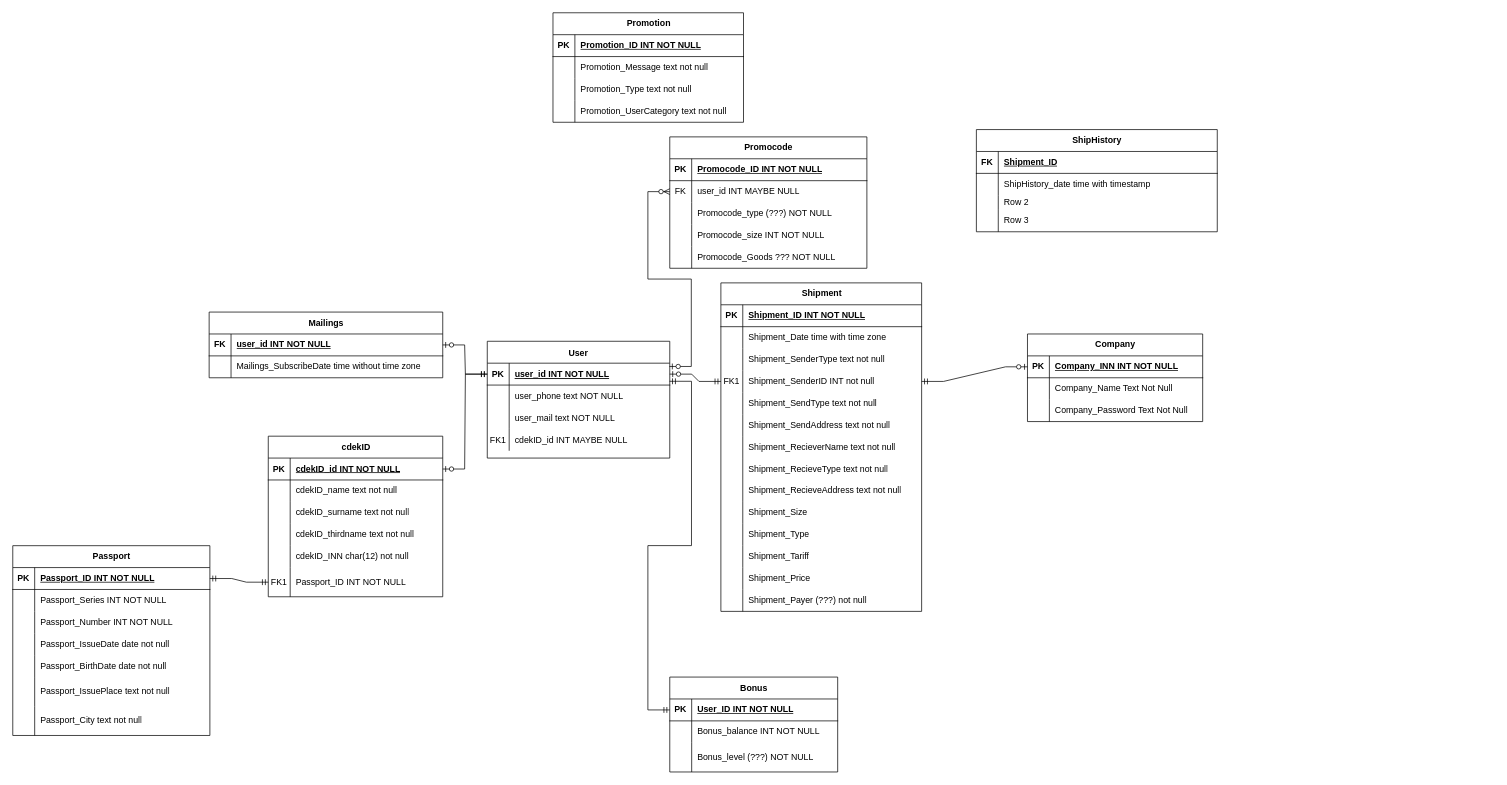
krbyhome/UMLdiagrams keeps this draw.io diagram as CDEK ER.drawio. Above is the earlier version. Source tidied: cells renumbered, new cells numbered last; positions are measured from the earlier drawing's top-left corner, leaving out a move shared by most shapes. Both pictures are drawn from the tidied source at 73%, with x=0, y=0 at pixel (12, 12).
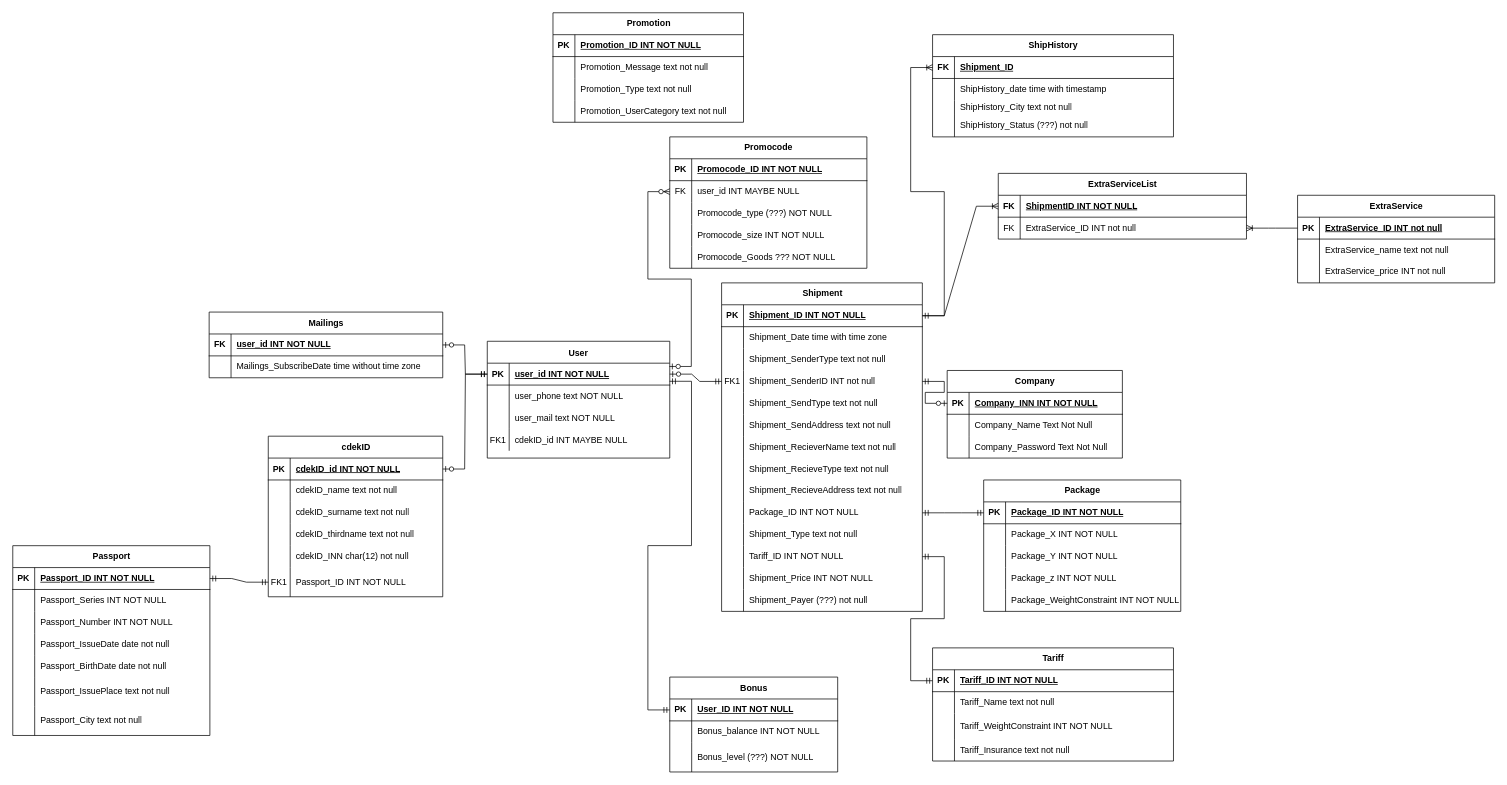
The same page after the edit.

The change refers to these unchanged cells:
```xml
<mxCell id="118" style="shape=tableRow;horizontal=0;startSize=0;swimlaneHead=0;swimlaneBody=0;fillColor=none;points=[[0,0.5],[1,0.5]];portConstraint=eastwest;top=0;left=0;right=0;bottom=1;" parent="117" vertex="1">
  <mxGeometry y="30" width="275" height="30" as="geometry" />
</mxCell>
<mxCell id="145" style="shape=tableRow;horizontal=0;startSize=0;swimlaneHead=0;swimlaneBody=0;fillColor=none;points=[[0,0.5],[1,0.5]];portConstraint=eastwest;top=0;left=0;right=0;bottom=0;" parent="117" vertex="1">
  <mxGeometry y="300" width="275" height="30" as="geometry" />
</mxCell>
<mxCell id="148" style="shape=tableRow;horizontal=0;startSize=0;swimlaneHead=0;swimlaneBody=0;fillColor=none;top=0;left=0;right=0;bottom=0;" parent="117" vertex="1">
  <mxGeometry y="330" width="275" height="30" as="geometry" />
</mxCell>
<mxCell id="151" style="shape=tableRow;horizontal=0;startSize=0;swimlaneHead=0;swimlaneBody=0;fillColor=none;points=[[0,0.5],[1,0.5]];portConstraint=eastwest;top=0;left=0;right=0;bottom=0;" parent="117" vertex="1">
  <mxGeometry y="360" width="275" height="30" as="geometry" />
</mxCell>
<mxCell id="154" style="shape=tableRow;horizontal=0;startSize=0;swimlaneHead=0;swimlaneBody=0;fillColor=none;top=0;left=0;right=0;bottom=0;" parent="117" vertex="1">
  <mxGeometry y="390" width="275" height="30" as="geometry" />
</mxCell>
<mxCell id="163" style="shape=tableRow;horizontal=0;startSize=0;swimlaneHead=0;swimlaneBody=0;fillColor=none;points=[[0,0.5],[1,0.5]];portConstraint=eastwest;top=0;left=0;right=0;bottom=1;" parent="162" vertex="1">
  <mxGeometry y="30" width="330" height="30" as="geometry" />
</mxCell>
<mxCell id="169" style="shape=tableRow;horizontal=0;startSize=0;swimlaneHead=0;swimlaneBody=0;fillColor=none;top=0;left=0;right=0;bottom=0;" parent="162" vertex="1">
  <mxGeometry y="90" width="330" height="20" as="geometry" />
</mxCell>
<mxCell id="172" style="shape=tableRow;horizontal=0;startSize=0;swimlaneHead=0;swimlaneBody=0;fillColor=none;top=0;left=0;right=0;bottom=0;" parent="162" vertex="1">
  <mxGeometry y="110" width="330" height="30" as="geometry" />
</mxCell>
```

The edit, as a diff of the source:
```diff
@@
     <mxCell id="57" value="Company" style="shape=table;startSize=30;childLayout=tableLayout;rowLines=0;fontStyle=1;align=center;html=1;" parent="1" vertex="1">
-      <mxGeometry x="1390" y="440" width="240" height="120" as="geometry" />
+      <mxGeometry x="1280" y="490" width="240" height="120" as="geometry" />
     </mxCell>
@@
     <mxCell id="117" value="Shipment" style="shape=table;startSize=30;childLayout=tableLayout;rowLines=0;fontStyle=1;align=center;html=1;" parent="1" vertex="1">
-      <mxGeometry x="970" y="370" width="275" height="450" as="geometry" />
+      <mxGeometry x="971" y="370" width="275" height="450" as="geometry" />
     </mxCell>
@@
-    <mxCell id="147" value="Shipment_Size" style="shape=partialRectangle;fillColor=none;top=0;left=0;bottom=0;right=0;align=left;spacingLeft=6;overflow=hidden;whiteSpace=wrap;html=1;" parent="145" vertex="1">
+    <mxCell id="147" value="Package_ID INT NOT NULL" style="shape=partialRectangle;fillColor=none;top=0;left=0;bottom=0;right=0;align=left;spacingLeft=6;overflow=hidden;whiteSpace=wrap;html=1;" parent="145" vertex="1">
       <mxGeometry x="30" width="245" height="30" as="geometry" />
     </mxCell>
@@
-    <mxCell id="150" value="Shipment_Type" style="shape=partialRectangle;fillColor=none;top=0;left=0;bottom=0;right=0;align=left;spacingLeft=6;overflow=hidden;whiteSpace=wrap;html=1;" parent="148" vertex="1">
+    <mxCell id="150" value="Shipment_Type text not null" style="shape=partialRectangle;fillColor=none;top=0;left=0;bottom=0;right=0;align=left;spacingLeft=6;overflow=hidden;whiteSpace=wrap;html=1;" parent="148" vertex="1">
       <mxGeometry x="30" width="245" height="30" as="geometry" />
     </mxCell>
@@
-    <mxCell id="153" value="Shipment_Tariff" style="shape=partialRectangle;fillColor=none;top=0;left=0;bottom=0;right=0;align=left;spacingLeft=6;overflow=hidden;whiteSpace=wrap;html=1;" parent="151" vertex="1">
+    <mxCell id="153" value="Tariff_ID INT NOT NULL" style="shape=partialRectangle;fillColor=none;top=0;left=0;bottom=0;right=0;align=left;spacingLeft=6;overflow=hidden;whiteSpace=wrap;html=1;" parent="151" vertex="1">
       <mxGeometry x="30" width="245" height="30" as="geometry" />
     </mxCell>
@@
-    <mxCell id="156" value="Shipment_Price&amp;nbsp;" style="shape=partialRectangle;fillColor=none;top=0;left=0;bottom=0;right=0;align=left;spacingLeft=6;overflow=hidden;whiteSpace=wrap;html=1;" parent="154" vertex="1">
+    <mxCell id="156" value="Shipment_Price INT NOT NULL" style="shape=partialRectangle;fillColor=none;top=0;left=0;bottom=0;right=0;align=left;spacingLeft=6;overflow=hidden;whiteSpace=wrap;html=1;" parent="154" vertex="1">
       <mxGeometry x="30" width="245" height="30" as="geometry" />
     </mxCell>
@@
     <mxCell id="162" value="ShipHistory" style="shape=table;startSize=30;childLayout=tableLayout;rowLines=0;fontStyle=1;align=center;html=1;" parent="1" vertex="1">
-      <mxGeometry x="1320" y="160" width="330" height="140" as="geometry" />
+      <mxGeometry x="1260" y="30" width="330" height="140" as="geometry" />
     </mxCell>
@@
-    <mxCell id="171" value="Row 2" style="shape=partialRectangle;fillColor=none;top=0;left=0;bottom=0;right=0;align=left;spacingLeft=6;overflow=hidden;whiteSpace=wrap;html=1;" parent="169" vertex="1">
+    <mxCell id="171" value="ShipHistory_City text not null" style="shape=partialRectangle;fillColor=none;top=0;left=0;bottom=0;right=0;align=left;spacingLeft=6;overflow=hidden;whiteSpace=wrap;html=1;" parent="169" vertex="1">
       <mxGeometry x="30" width="300" height="20" as="geometry" />
     </mxCell>
@@
-    <mxCell id="174" value="Row 3" style="shape=partialRectangle;fillColor=none;top=0;left=0;bottom=0;right=0;align=left;spacingLeft=6;overflow=hidden;whiteSpace=wrap;html=1;" parent="172" vertex="1">
+    <mxCell id="174" value="ShipHistory_Status (???) not null" style="shape=partialRectangle;fillColor=none;top=0;left=0;bottom=0;right=0;align=left;spacingLeft=6;overflow=hidden;whiteSpace=wrap;html=1;" parent="172" vertex="1">
       <mxGeometry x="30" width="300" height="30" as="geometry" />
     </mxCell>
+    <mxCell id="175" style="edgeStyle=entityRelationEdgeStyle;fontSize=12;html=1;endArrow=ERoneToMany;startArrow=ERmandOne;rounded=0;entryX=0;entryY=0.5;entryDx=0;entryDy=0;exitX=1;exitY=0.5;exitDx=0;exitDy=0;" parent="1" edge="1" source="118" target="163">
+      <mxGeometry relative="1" as="geometry" />
+    </mxCell>
+    <mxCell id="176" value="Package" style="shape=table;startSize=30;childLayout=tableLayout;rowLines=0;fontStyle=1;align=center;html=1;" parent="1" vertex="1">
+      <mxGeometry x="1330" y="640" width="270" height="180" as="geometry" />
+    </mxCell>
+    <mxCell id="177" style="shape=tableRow;horizontal=0;startSize=0;swimlaneHead=0;swimlaneBody=0;fillColor=none;points=[[0,0.5],[1,0.5]];portConstraint=eastwest;top=0;left=0;right=0;bottom=1;" parent="176" vertex="1">
+      <mxGeometry y="30" width="270" height="30" as="geometry" />
+    </mxCell>
+    <mxCell id="178" value="PK" style="shape=partialRectangle;fillColor=none;top=0;left=0;bottom=0;right=0;fontStyle=1;overflow=hidden;whiteSpace=wrap;html=1;" parent="177" vertex="1">
+      <mxGeometry width="30" height="30" as="geometry" />
+    </mxCell>
+    <mxCell id="179" value="Package_ID INT NOT NULL" style="shape=partialRectangle;fillColor=none;top=0;left=0;bottom=0;right=0;align=left;spacingLeft=6;fontStyle=5;overflow=hidden;whiteSpace=wrap;html=1;" parent="177" vertex="1">
+      <mxGeometry x="30" width="240" height="30" as="geometry" />
+    </mxCell>
+    <mxCell id="180" style="shape=tableRow;horizontal=0;startSize=0;swimlaneHead=0;swimlaneBody=0;fillColor=none;top=0;left=0;right=0;bottom=0;" parent="176" vertex="1">
+      <mxGeometry y="60" width="270" height="30" as="geometry" />
+    </mxCell>
+    <mxCell id="181" style="shape=partialRectangle;fillColor=none;top=0;left=0;bottom=0;right=0;overflow=hidden;whiteSpace=wrap;html=1;" parent="180" vertex="1">
+      <mxGeometry width="30" height="30" as="geometry" />
+    </mxCell>
+    <mxCell id="182" value="Package_X INT NOT NULL" style="shape=partialRectangle;fillColor=none;top=0;left=0;bottom=0;right=0;align=left;spacingLeft=6;overflow=hidden;whiteSpace=wrap;html=1;" parent="180" vertex="1">
+      <mxGeometry x="30" width="240" height="30" as="geometry" />
+    </mxCell>
+    <mxCell id="183" style="shape=tableRow;horizontal=0;startSize=0;swimlaneHead=0;swimlaneBody=0;fillColor=none;top=0;left=0;right=0;bottom=0;" parent="176" vertex="1">
+      <mxGeometry y="90" width="270" height="30" as="geometry" />
+    </mxCell>
+    <mxCell id="184" style="shape=partialRectangle;fillColor=none;top=0;left=0;bottom=0;right=0;overflow=hidden;whiteSpace=wrap;html=1;" parent="183" vertex="1">
+      <mxGeometry width="30" height="30" as="geometry" />
+    </mxCell>
+    <mxCell id="185" value="Package_Y INT NOT NULL" style="shape=partialRectangle;fillColor=none;top=0;left=0;bottom=0;right=0;align=left;spacingLeft=6;overflow=hidden;whiteSpace=wrap;html=1;" parent="183" vertex="1">
+      <mxGeometry x="30" width="240" height="30" as="geometry" />
+    </mxCell>
+    <mxCell id="186" style="shape=tableRow;horizontal=0;startSize=0;swimlaneHead=0;swimlaneBody=0;fillColor=none;top=0;left=0;right=0;bottom=0;" parent="176" vertex="1">
+      <mxGeometry y="120" width="270" height="30" as="geometry" />
+    </mxCell>
+    <mxCell id="187" style="shape=partialRectangle;fillColor=none;top=0;left=0;bottom=0;right=0;overflow=hidden;whiteSpace=wrap;html=1;" parent="186" vertex="1">
+      <mxGeometry width="30" height="30" as="geometry" />
+    </mxCell>
+    <mxCell id="188" value="Package_z INT NOT NULL" style="shape=partialRectangle;fillColor=none;top=0;left=0;bottom=0;right=0;align=left;spacingLeft=6;overflow=hidden;whiteSpace=wrap;html=1;" parent="186" vertex="1">
+      <mxGeometry x="30" width="240" height="30" as="geometry" />
+    </mxCell>
+    <mxCell id="189" style="shape=tableRow;horizontal=0;startSize=0;swimlaneHead=0;swimlaneBody=0;fillColor=none;top=0;left=0;right=0;bottom=0;" parent="176" vertex="1">
+      <mxGeometry y="150" width="270" height="30" as="geometry" />
+    </mxCell>
+    <mxCell id="190" style="shape=partialRectangle;fillColor=none;top=0;left=0;bottom=0;right=0;overflow=hidden;whiteSpace=wrap;html=1;" parent="189" vertex="1">
+      <mxGeometry width="30" height="30" as="geometry" />
+    </mxCell>
+    <mxCell id="191" value="Package_WeightConstraint INT NOT NULL" style="shape=partialRectangle;fillColor=none;top=0;left=0;bottom=0;right=0;align=left;spacingLeft=6;overflow=hidden;whiteSpace=wrap;html=1;" parent="189" vertex="1">
+      <mxGeometry x="30" width="240" height="30" as="geometry" />
+    </mxCell>
+    <mxCell id="192" style="edgeStyle=entityRelationEdgeStyle;fontSize=12;html=1;endArrow=ERmandOne;startArrow=ERmandOne;rounded=0;entryX=0;entryY=0.5;entryDx=0;entryDy=0;exitX=1;exitY=0.5;exitDx=0;exitDy=0;" parent="1" edge="1" source="145" target="177">
+      <mxGeometry relative="1" as="geometry" />
+    </mxCell>
+    <mxCell id="193" value="Tariff" style="shape=table;startSize=30;childLayout=tableLayout;rowLines=0;fontStyle=1;align=center;html=1;" parent="1" vertex="1">
+      <mxGeometry x="1260" y="870" width="330" height="155" as="geometry" />
+    </mxCell>
+    <mxCell id="194" style="shape=tableRow;horizontal=0;startSize=0;swimlaneHead=0;swimlaneBody=0;fillColor=none;points=[[0,0.5],[1,0.5]];portConstraint=eastwest;top=0;left=0;right=0;bottom=1;" parent="193" vertex="1">
+      <mxGeometry y="30" width="330" height="30" as="geometry" />
+    </mxCell>
+    <mxCell id="195" value="PK" style="shape=partialRectangle;fillColor=none;top=0;left=0;bottom=0;right=0;fontStyle=1;overflow=hidden;whiteSpace=wrap;html=1;" parent="194" vertex="1">
+      <mxGeometry width="30" height="30" as="geometry" />
+    </mxCell>
+    <mxCell id="196" value="Tariff_ID INT NOT NULL" style="shape=partialRectangle;fillColor=none;top=0;left=0;bottom=0;right=0;align=left;spacingLeft=6;fontStyle=5;overflow=hidden;whiteSpace=wrap;html=1;" parent="194" vertex="1">
+      <mxGeometry x="30" width="300" height="30" as="geometry" />
+    </mxCell>
+    <mxCell id="197" style="shape=tableRow;horizontal=0;startSize=0;swimlaneHead=0;swimlaneBody=0;fillColor=none;top=0;left=0;right=0;bottom=0;" parent="193" vertex="1">
+      <mxGeometry y="60" width="330" height="30" as="geometry" />
+    </mxCell>
+    <mxCell id="198" style="shape=partialRectangle;fillColor=none;top=0;left=0;bottom=0;right=0;overflow=hidden;whiteSpace=wrap;html=1;" parent="197" vertex="1">
+      <mxGeometry width="30" height="30" as="geometry" />
+    </mxCell>
+    <mxCell id="199" value="Tariff_Name text not null" style="shape=partialRectangle;fillColor=none;top=0;left=0;bottom=0;right=0;align=left;spacingLeft=6;overflow=hidden;whiteSpace=wrap;html=1;" parent="197" vertex="1">
+      <mxGeometry x="30" width="300" height="30" as="geometry" />
+    </mxCell>
+    <mxCell id="200" style="shape=tableRow;horizontal=0;startSize=0;swimlaneHead=0;swimlaneBody=0;fillColor=none;top=0;left=0;right=0;bottom=0;" parent="193" vertex="1">
+      <mxGeometry y="90" width="330" height="35" as="geometry" />
+    </mxCell>
+    <mxCell id="201" style="shape=partialRectangle;fillColor=none;top=0;left=0;bottom=0;right=0;overflow=hidden;whiteSpace=wrap;html=1;" parent="200" vertex="1">
+      <mxGeometry width="30" height="35" as="geometry" />
+    </mxCell>
+    <mxCell id="202" value="Tariff_WeightConstraint INT NOT NULL" style="shape=partialRectangle;fillColor=none;top=0;left=0;bottom=0;right=0;align=left;spacingLeft=6;overflow=hidden;whiteSpace=wrap;html=1;" parent="200" vertex="1">
+      <mxGeometry x="30" width="300" height="35" as="geometry" />
+    </mxCell>
+    <mxCell id="203" style="shape=tableRow;horizontal=0;startSize=0;swimlaneHead=0;swimlaneBody=0;fillColor=none;top=0;left=0;right=0;bottom=0;" parent="193" vertex="1">
+      <mxGeometry y="125" width="330" height="30" as="geometry" />
+    </mxCell>
+    <mxCell id="204" style="shape=partialRectangle;fillColor=none;top=0;left=0;bottom=0;right=0;overflow=hidden;whiteSpace=wrap;html=1;" parent="203" vertex="1">
+      <mxGeometry width="30" height="30" as="geometry" />
+    </mxCell>
+    <mxCell id="205" value="Tariff_Insurance text not null" style="shape=partialRectangle;fillColor=none;top=0;left=0;bottom=0;right=0;align=left;spacingLeft=6;overflow=hidden;whiteSpace=wrap;html=1;" parent="203" vertex="1">
+      <mxGeometry x="30" width="300" height="30" as="geometry" />
+    </mxCell>
+    <mxCell id="206" style="edgeStyle=entityRelationEdgeStyle;fontSize=12;html=1;endArrow=ERmandOne;startArrow=ERmandOne;rounded=0;entryX=1;entryY=0.5;entryDx=0;entryDy=0;exitX=0;exitY=0.5;exitDx=0;exitDy=0;" parent="1" edge="1" source="194" target="151">
+      <mxGeometry relative="1" as="geometry" />
+    </mxCell>
+    <mxCell id="207" value="ExtraServiceList" style="shape=table;startSize=30;childLayout=tableLayout;rowLines=0;fontStyle=1;align=center;html=1;" parent="1" vertex="1">
+      <mxGeometry x="1350" y="220" width="340" height="90" as="geometry" />
+    </mxCell>
+    <mxCell id="208" style="shape=tableRow;horizontal=0;startSize=0;swimlaneHead=0;swimlaneBody=0;fillColor=none;points=[[0,0.5],[1,0.5]];portConstraint=eastwest;top=0;left=0;right=0;bottom=1;" parent="207" vertex="1">
+      <mxGeometry y="30" width="340" height="30" as="geometry" />
+    </mxCell>
+    <mxCell id="209" value="FK" style="shape=partialRectangle;fillColor=none;top=0;left=0;bottom=0;right=0;fontStyle=1;overflow=hidden;whiteSpace=wrap;html=1;" parent="208" vertex="1">
+      <mxGeometry width="30" height="30" as="geometry" />
+    </mxCell>
+    <mxCell id="210" value="ShipmentID INT NOT NULL" style="shape=partialRectangle;fillColor=none;top=0;left=0;bottom=0;right=0;align=left;spacingLeft=6;fontStyle=5;overflow=hidden;whiteSpace=wrap;html=1;" parent="208" vertex="1">
+      <mxGeometry x="30" width="310" height="30" as="geometry" />
+    </mxCell>
+    <mxCell id="211" style="shape=tableRow;horizontal=0;startSize=0;swimlaneHead=0;swimlaneBody=0;fillColor=none;points=[[0,0.5],[1,0.5]];portConstraint=eastwest;top=0;left=0;right=0;bottom=0;" parent="207" vertex="1">
+      <mxGeometry y="60" width="340" height="30" as="geometry" />
+    </mxCell>
+    <mxCell id="212" value="FK" style="shape=partialRectangle;fillColor=none;top=0;left=0;bottom=0;right=0;overflow=hidden;whiteSpace=wrap;html=1;" parent="211" vertex="1">
+      <mxGeometry width="30" height="30" as="geometry" />
+    </mxCell>
+    <mxCell id="213" value="ExtraService_ID INT not null" style="shape=partialRectangle;fillColor=none;top=0;left=0;bottom=0;right=0;align=left;spacingLeft=6;overflow=hidden;whiteSpace=wrap;html=1;" parent="211" vertex="1">
+      <mxGeometry x="30" width="310" height="30" as="geometry" />
+    </mxCell>
+    <mxCell id="214" style="edgeStyle=entityRelationEdgeStyle;fontSize=12;html=1;endArrow=ERoneToMany;rounded=0;entryX=0;entryY=0.5;entryDx=0;entryDy=0;exitX=1;exitY=0.5;exitDx=0;exitDy=0;" parent="1" edge="1" source="118" target="208">
+      <mxGeometry relative="1" as="geometry" />
+    </mxCell>
+    <mxCell id="215" value="ExtraService" style="shape=table;startSize=30;childLayout=tableLayout;rowLines=0;fontStyle=1;align=center;html=1;" parent="1" vertex="1">
+      <mxGeometry x="1760" y="250" width="270" height="120" as="geometry" />
+    </mxCell>
+    <mxCell id="216" style="shape=tableRow;horizontal=0;startSize=0;swimlaneHead=0;swimlaneBody=0;fillColor=none;points=[[0,0.5],[1,0.5]];portConstraint=eastwest;top=0;left=0;right=0;bottom=1;" parent="215" vertex="1">
+      <mxGeometry y="30" width="270" height="30" as="geometry" />
+    </mxCell>
+    <mxCell id="217" value="PK" style="shape=partialRectangle;fillColor=none;top=0;left=0;bottom=0;right=0;fontStyle=1;overflow=hidden;whiteSpace=wrap;html=1;" parent="216" vertex="1">
+      <mxGeometry width="30" height="30" as="geometry" />
+    </mxCell>
+    <mxCell id="218" value="ExtraService_ID INT not null" style="shape=partialRectangle;fillColor=none;top=0;left=0;bottom=0;right=0;align=left;spacingLeft=6;fontStyle=5;overflow=hidden;whiteSpace=wrap;html=1;" parent="216" vertex="1">
+      <mxGeometry x="30" width="240" height="30" as="geometry" />
+    </mxCell>
+    <mxCell id="219" style="shape=tableRow;horizontal=0;startSize=0;swimlaneHead=0;swimlaneBody=0;fillColor=none;top=0;left=0;right=0;bottom=0;" parent="215" vertex="1">
+      <mxGeometry y="60" width="270" height="30" as="geometry" />
+    </mxCell>
+    <mxCell id="220" style="shape=partialRectangle;fillColor=none;top=0;left=0;bottom=0;right=0;overflow=hidden;whiteSpace=wrap;html=1;" parent="219" vertex="1">
+      <mxGeometry width="30" height="30" as="geometry" />
+    </mxCell>
+    <mxCell id="221" value="ExtraService_name text not null" style="shape=partialRectangle;fillColor=none;top=0;left=0;bottom=0;right=0;align=left;spacingLeft=6;overflow=hidden;whiteSpace=wrap;html=1;" parent="219" vertex="1">
+      <mxGeometry x="30" width="240" height="30" as="geometry" />
+    </mxCell>
+    <mxCell id="222" style="shape=tableRow;horizontal=0;startSize=0;swimlaneHead=0;swimlaneBody=0;fillColor=none;top=0;left=0;right=0;bottom=0;" parent="215" vertex="1">
+      <mxGeometry y="90" width="270" height="30" as="geometry" />
+    </mxCell>
+    <mxCell id="223" style="shape=partialRectangle;fillColor=none;top=0;left=0;bottom=0;right=0;overflow=hidden;whiteSpace=wrap;html=1;" parent="222" vertex="1">
+      <mxGeometry width="30" height="30" as="geometry" />
+    </mxCell>
+    <mxCell id="224" value="ExtraService_price INT not null" style="shape=partialRectangle;fillColor=none;top=0;left=0;bottom=0;right=0;align=left;spacingLeft=6;overflow=hidden;whiteSpace=wrap;html=1;" parent="222" vertex="1">
+      <mxGeometry x="30" width="240" height="30" as="geometry" />
+    </mxCell>
+    <mxCell id="225" style="edgeStyle=entityRelationEdgeStyle;fontSize=12;html=1;endArrow=ERoneToMany;rounded=0;entryX=1;entryY=0.5;entryDx=0;entryDy=0;exitX=0;exitY=0.5;exitDx=0;exitDy=0;" parent="1" edge="1" source="216" target="211">
+      <mxGeometry relative="1" as="geometry" />
+    </mxCell>
```
